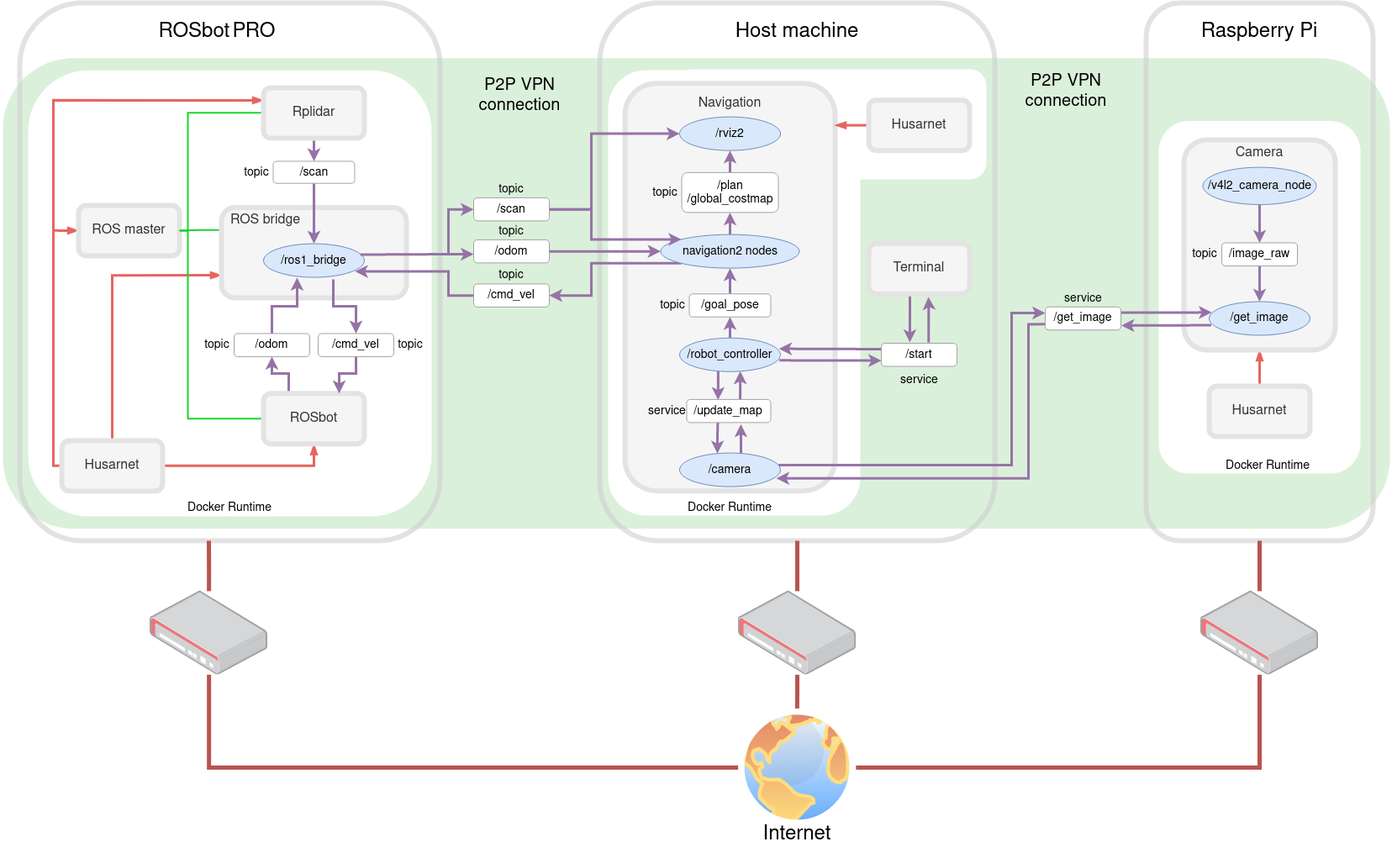
husarion/rosbot-demo-labyrinth keeps this draw.io diagram as docs/labyrinth_diagram.png. Above is the earlier version. Source tidied: cells renumbered, new cells last; positions are measured from the earlier drawing's top-left corner, leaving out a move shared by most shapes.
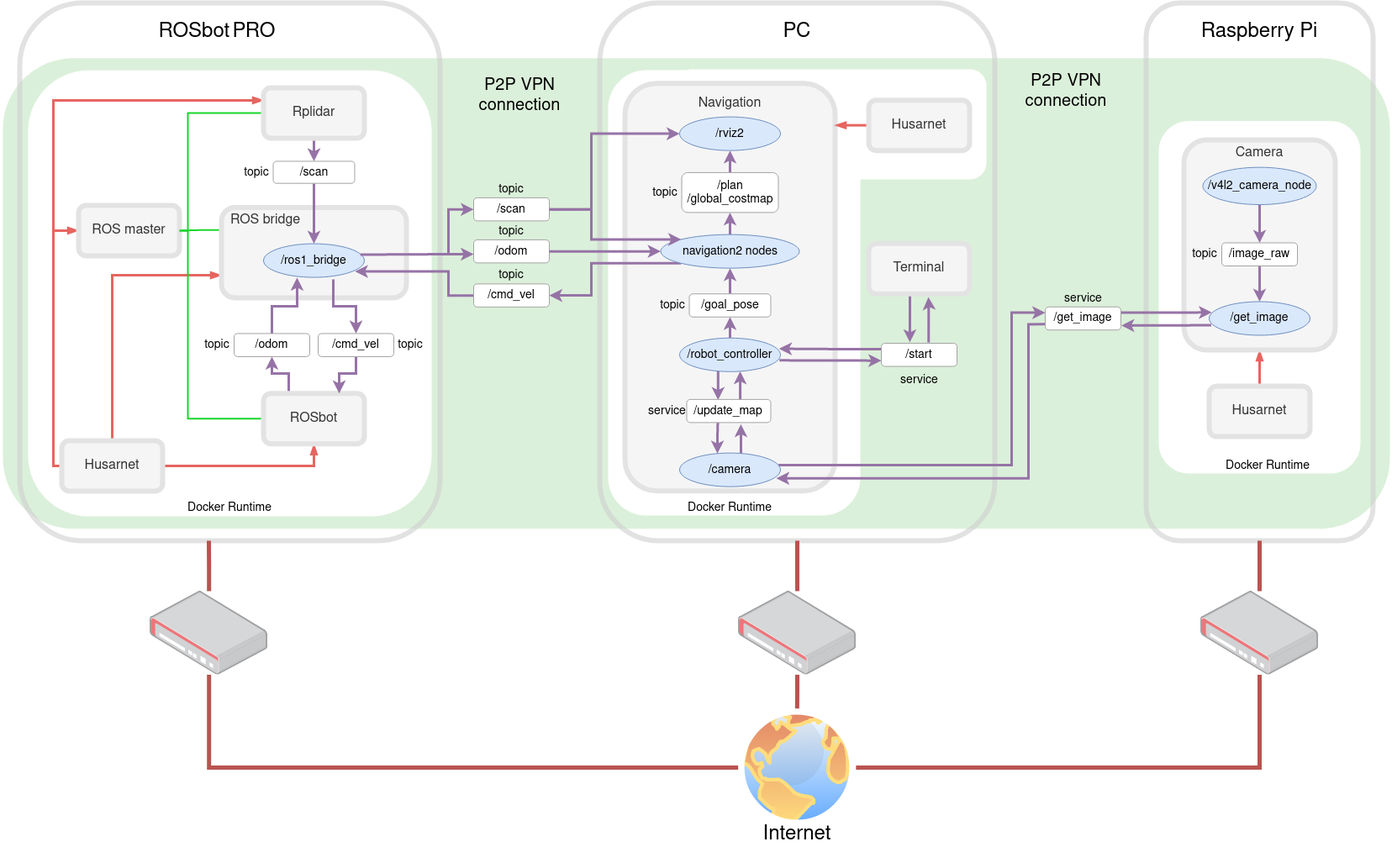
The same file after the commit.

Commit message:
network diagram

The edit, as a diff of the source:
```diff
@@ -26,7 +26,7 @@
     <mxCell id="9" style="rounded=1;whiteSpace=wrap;html=1;fontFamily=Helvetica;strokeColor=none;" parent="1" vertex="1">
       <mxGeometry x="1375" y="140.5" width="240" height="419.5" as="geometry" />
     </mxCell>
-    <mxCell id="10" value="&lt;font style=&quot;font-size: 24px&quot;&gt;Host machine&lt;/font&gt;" style="text;html=1;strokeColor=none;fillColor=none;align=center;verticalAlign=middle;whiteSpace=wrap;rounded=0;fontFamily=Helvetica;" parent="1" vertex="1">
+    <mxCell id="10" value="&lt;font style=&quot;font-size: 24px&quot;&gt;PC&lt;/font&gt;" style="text;html=1;strokeColor=none;fillColor=none;align=center;verticalAlign=middle;whiteSpace=wrap;rounded=0;fontFamily=Helvetica;" parent="1" vertex="1">
       <mxGeometry x="865" y="30" width="160" height="10" as="geometry" />
     </mxCell>
     <mxCell id="11" value="&lt;font style=&quot;font-size: 24px&quot;&gt;ROSbot&lt;/font&gt; &lt;font style=&quot;font-size: 24px&quot;&gt;PRO&lt;/font&gt;" style="text;html=1;strokeColor=none;fillColor=none;align=center;verticalAlign=middle;whiteSpace=wrap;rounded=0;fontFamily=Helvetica;" parent="1" vertex="1">
```
